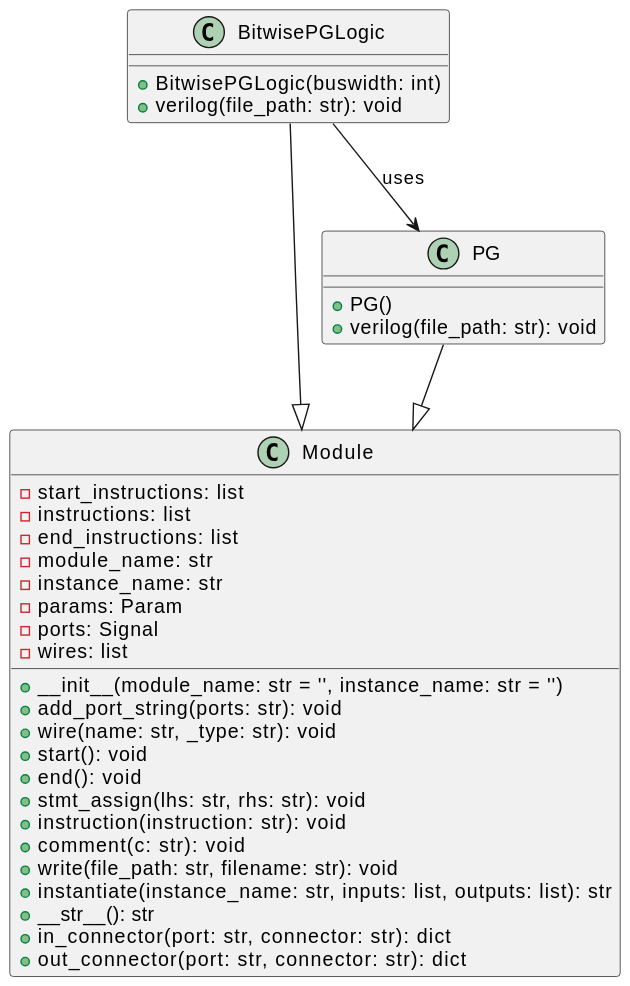
The PlantUML diagram docs/images_scripts_uml/Adder_BitwisePGLogic.svg in sean-galloway/RTLDesignSherpa, before a commit.
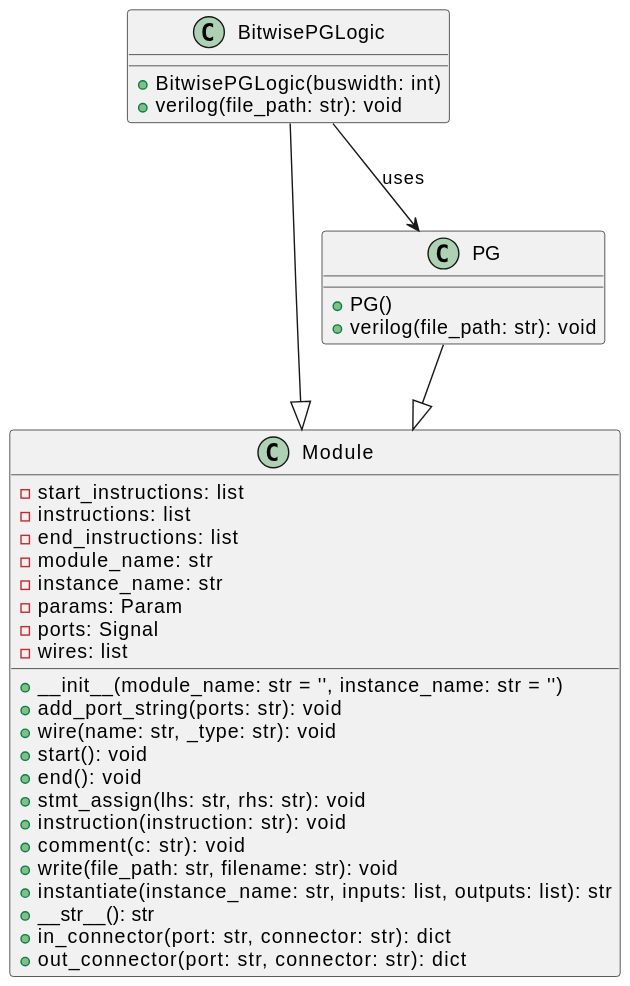
After the change.

The edit, as a diff of the source:
```diff
@@ -1,4 +1,4 @@
-@startuml
+@startuml Adder_BitwisePGLogic
 !include verilog_Module_UML.puml
 !include Adder_PG_UML.puml
 
@@ -9,4 +9,5 @@
 
 BitwisePGLogic --|> Module
 BitwisePGLogic --> PG: uses
+
 @enduml
```
